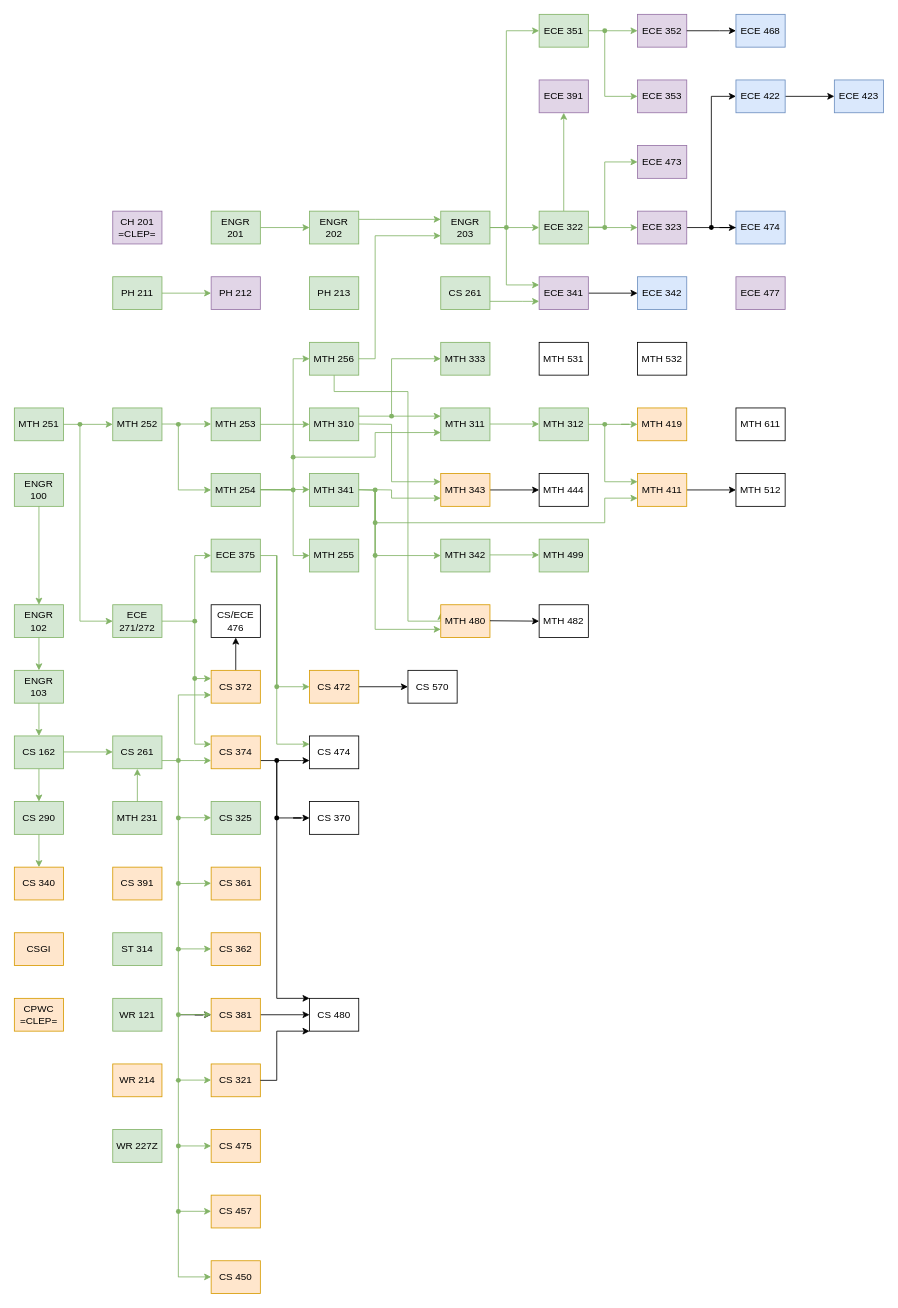
The draw.io diagram Classes.drawio in Jonas-Carew/Class-Flowchart, before the edit. Source tidied: cells renumbered, new cells numbered last; positions are measured from the earlier drawing's top-left corner, leaving out a move shared by most shapes. Both pictures are drawn from the tidied source at 82%, with x=0, y=0 at pixel (14, 14).
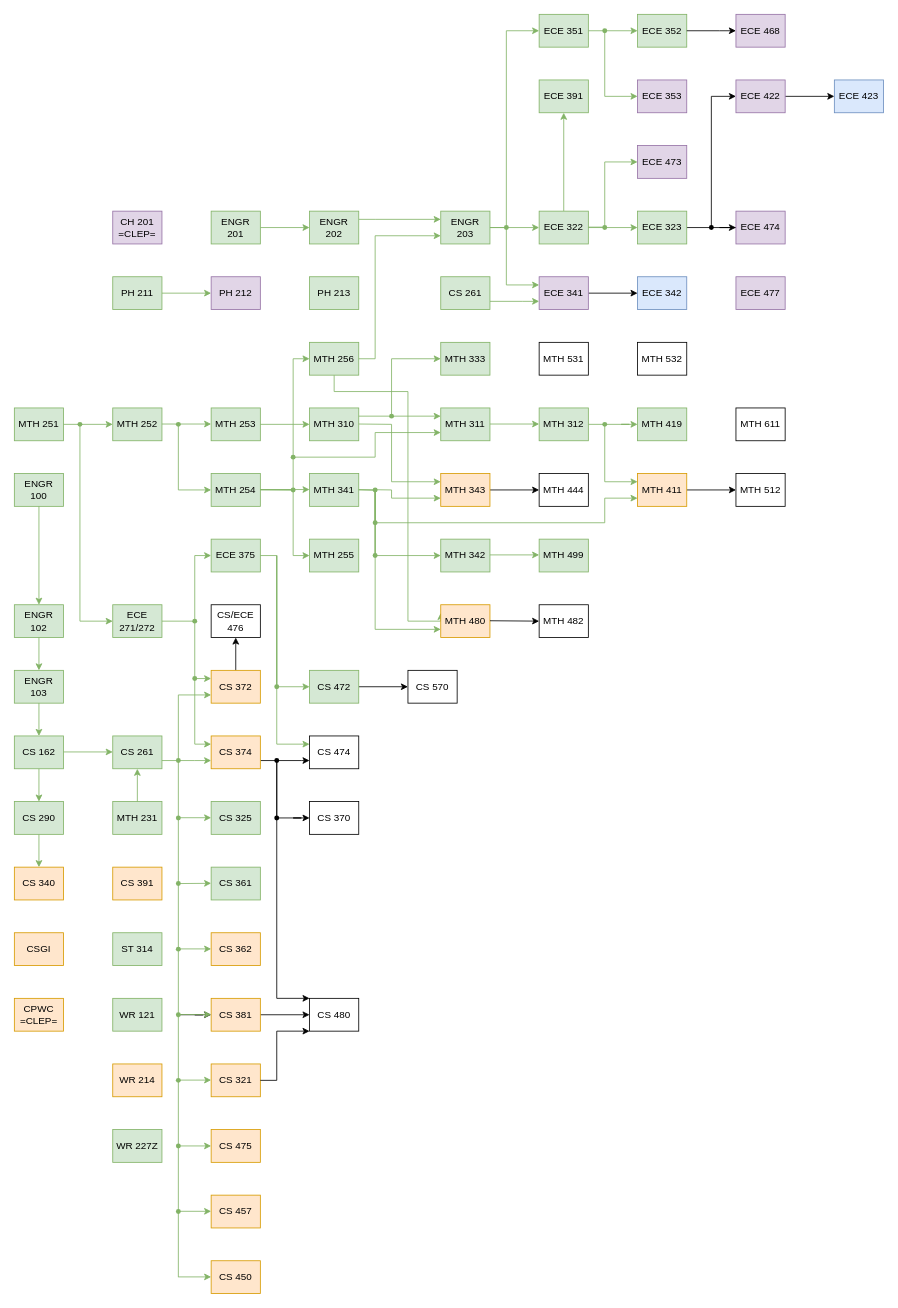
Above is the later version.

The edit, as a diff of the source:
```diff
@@
-    <mxCell id="53" value="&lt;div&gt;CS 361&lt;/div&gt;" style="rounded=0;whiteSpace=wrap;html=1;fillColor=#ffe6cc;strokeColor=#d79b00;" parent="1" vertex="1">
+    <mxCell id="53" value="&lt;div&gt;CS 361&lt;/div&gt;" style="rounded=0;whiteSpace=wrap;html=1;fillColor=#d5e8d4;strokeColor=#82b366;" parent="1" vertex="1">
       <mxGeometry x="240" y="1040" width="60" height="40" as="geometry" />
     </mxCell>
@@
-    <mxCell id="69" value="CS 472" style="whiteSpace=wrap;html=1;rounded=0;fillColor=#FFE6CC;strokeColor=#D79B00;" parent="1" vertex="1">
+    <mxCell id="69" value="CS 472" style="whiteSpace=wrap;html=1;rounded=0;fillColor=#d5e8d4;strokeColor=#82b366;" parent="1" vertex="1">
       <mxGeometry x="360" y="800" width="60" height="40" as="geometry" />
     </mxCell>
@@
-    <mxCell id="97" value="ECE 323" style="rounded=0;whiteSpace=wrap;html=1;fillColor=#E1D5E7;strokeColor=#9673A6;" parent="1" vertex="1">
+    <mxCell id="97" value="ECE 323" style="rounded=0;whiteSpace=wrap;html=1;fillColor=#d5e8d4;strokeColor=#82b366;" parent="1" vertex="1">
       <mxGeometry x="760" y="240" width="60" height="40" as="geometry" />
     </mxCell>
@@
-    <mxCell id="107" value="ECE 352" style="rounded=0;whiteSpace=wrap;html=1;fillColor=#e1d5e7;strokeColor=#9673a6;" parent="1" vertex="1">
+    <mxCell id="107" value="ECE 352" style="rounded=0;whiteSpace=wrap;html=1;fillColor=#d5e8d4;strokeColor=#82b366;" parent="1" vertex="1">
       <mxGeometry x="760" width="60" height="40" as="geometry" />
     </mxCell>
-    <mxCell id="108" value="ECE 391" style="rounded=0;whiteSpace=wrap;html=1;fillColor=#e1d5e7;strokeColor=#9673a6;" parent="1" vertex="1">
+    <mxCell id="108" value="ECE 391" style="rounded=0;whiteSpace=wrap;html=1;fillColor=#d5e8d4;strokeColor=#82b366;" parent="1" vertex="1">
       <mxGeometry x="640" y="80" width="60" height="40" as="geometry" />
     </mxCell>
@@
-    <mxCell id="113" value="ECE 474" style="rounded=0;whiteSpace=wrap;html=1;fillColor=#dae8fc;strokeColor=#6c8ebf;" parent="1" vertex="1">
+    <mxCell id="113" value="ECE 474" style="rounded=0;whiteSpace=wrap;html=1;fillColor=#e1d5e7;strokeColor=#9673a6;" parent="1" vertex="1">
       <mxGeometry x="880" y="240" width="60" height="40" as="geometry" />
     </mxCell>
@@
-    <mxCell id="115" value="ECE 422" style="rounded=0;whiteSpace=wrap;html=1;fillColor=#dae8fc;strokeColor=#6c8ebf;" parent="1" vertex="1">
+    <mxCell id="115" value="ECE 422" style="rounded=0;whiteSpace=wrap;html=1;fillColor=#e1d5e7;strokeColor=#9673a6;" parent="1" vertex="1">
       <mxGeometry x="880" y="80" width="60" height="40" as="geometry" />
     </mxCell>
@@
-    <mxCell id="118" value="ECE 468" style="rounded=0;whiteSpace=wrap;html=1;fillColor=#dae8fc;strokeColor=#6c8ebf;" parent="1" vertex="1">
+    <mxCell id="118" value="ECE 468" style="rounded=0;whiteSpace=wrap;html=1;fillColor=#e1d5e7;strokeColor=#9673a6;" parent="1" vertex="1">
       <mxGeometry x="880" width="60" height="40" as="geometry" />
     </mxCell>
@@
-    <mxCell id="170" value="&lt;div&gt;MTH 419&lt;/div&gt;" style="rounded=0;whiteSpace=wrap;html=1;fillColor=#ffe6cc;strokeColor=#d79b00;" parent="1" vertex="1">
+    <mxCell id="170" value="&lt;div&gt;MTH 419&lt;/div&gt;" style="rounded=0;whiteSpace=wrap;html=1;fillColor=#d5e8d4;strokeColor=#82b366;" parent="1" vertex="1">
       <mxGeometry x="760" y="480" width="60" height="40" as="geometry" />
     </mxCell>
```
